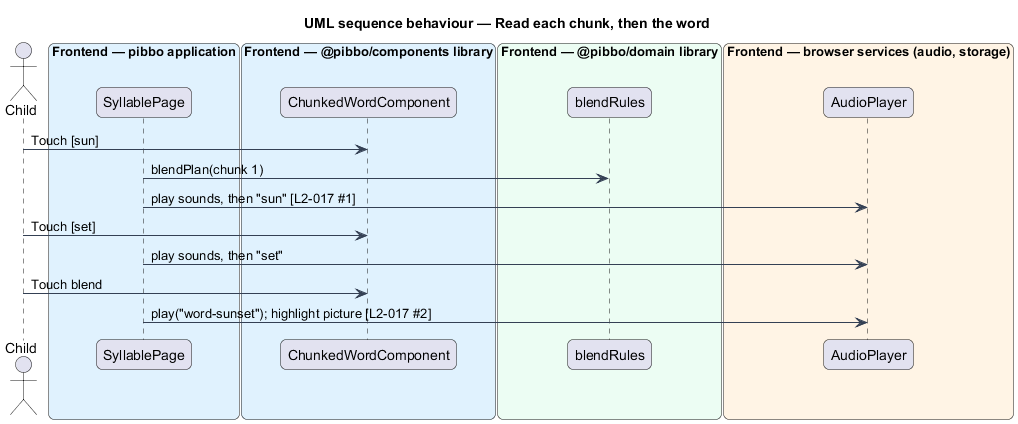
The PlantUML diagram docs/detailed-designs/sound-out/read-by-syllable/diagrams/sequence-read-chunks.png in QuinntyneBrown/pibbo, before a commit. Its diagram source:
```plantuml
@startuml
title UML sequence behaviour — Read each chunk, then the word
skinparam backgroundColor #FFFFFF
skinparam shadowing false
skinparam roundcorner 12
skinparam defaultFontName Arial
skinparam ArrowColor #344054
actor "Child" as actor
box "Frontend — pibbo application" #E0F2FE
  participant "SyllablePage" as page
end box
box "Frontend — @pibbo/components library" #E0F2FE
  participant "ChunkedWordComponent" as view
end box
box "Frontend — @pibbo/domain library" #ECFDF3
  participant "blendRules" as rules
end box
box "Frontend — browser services (audio, storage)" #FFF4E5
  participant "AudioPlayer" as audio
end box
actor -> view : Touch [sun]
page -> rules : blendPlan(chunk 1)
page -> audio : play sounds, then "sun" [L2-017 #1]
actor -> view : Touch [set]
page -> audio : play sounds, then "set"
actor -> view : Touch blend
page -> audio : play("word-sunset"); highlight picture [L2-017 #2]
@enduml
```
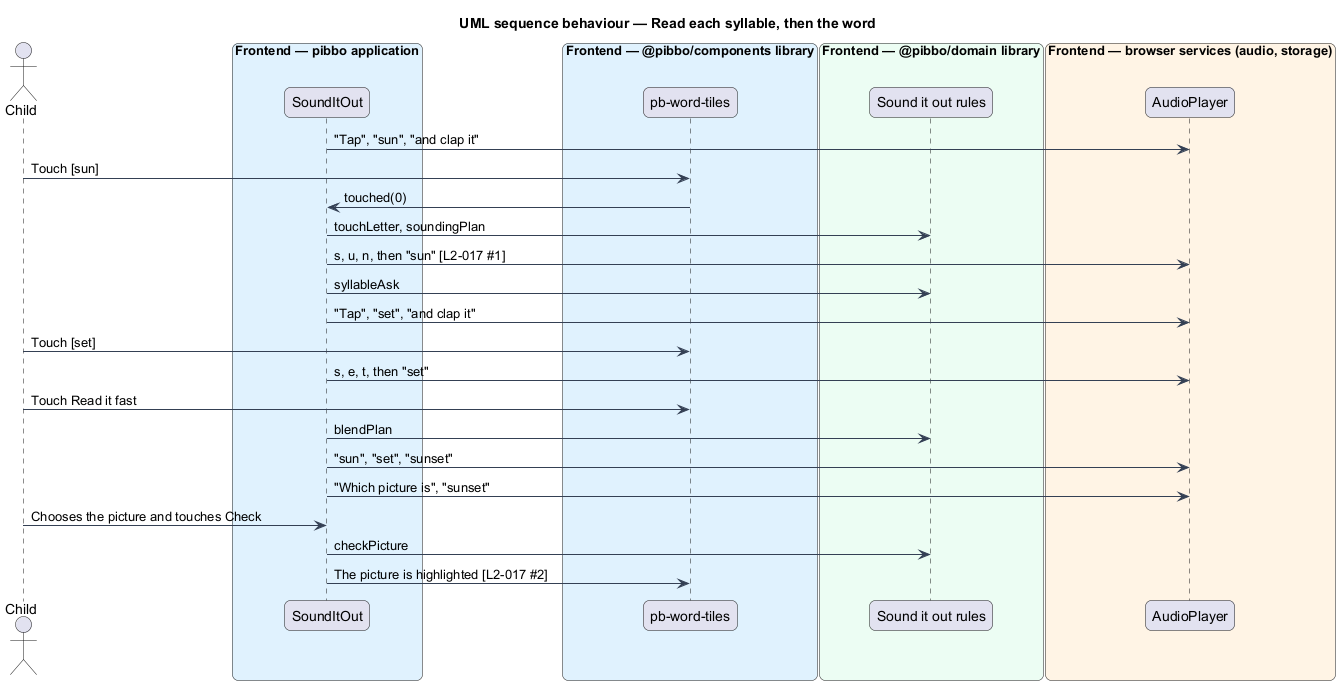
Later version of the same file.

Diff of the diagram source:
```diff
@@ -1,5 +1,5 @@
 @startuml
-title UML sequence behaviour — Read each chunk, then the word
+title UML sequence behaviour — Read each syllable, then the word
 skinparam backgroundColor #FFFFFF
 skinparam shadowing false
 skinparam roundcorner 12
@@ -7,22 +7,31 @@
 skinparam ArrowColor #344054
 actor "Child" as actor
 box "Frontend — pibbo application" #E0F2FE
-  participant "SyllablePage" as page
+  participant "SoundItOut" as page
 end box
 box "Frontend — @pibbo/components library" #E0F2FE
-  participant "ChunkedWordComponent" as view
+  participant "pb-word-tiles" as view
 end box
 box "Frontend — @pibbo/domain library" #ECFDF3
-  participant "blendRules" as rules
+  participant "Sound it out rules" as rules
 end box
 box "Frontend — browser services (audio, storage)" #FFF4E5
   participant "AudioPlayer" as audio
 end box
+page -> audio : "Tap", "sun", "and clap it"
 actor -> view : Touch [sun]
-page -> rules : blendPlan(chunk 1)
-page -> audio : play sounds, then "sun" [L2-017 #1]
+view -> page : touched(0)
+page -> rules : touchLetter, soundingPlan
+page -> audio : s, u, n, then "sun" [L2-017 #1]
+page -> rules : syllableAsk
+page -> audio : "Tap", "set", "and clap it"
 actor -> view : Touch [set]
-page -> audio : play sounds, then "set"
-actor -> view : Touch blend
-page -> audio : play("word-sunset"); highlight picture [L2-017 #2]
+page -> audio : s, e, t, then "set"
+actor -> view : Touch Read it fast
+page -> rules : blendPlan
+page -> audio : "sun", "set", "sunset"
+page -> audio : "Which picture is", "sunset"
+actor -> page : Chooses the picture and touches Check
+page -> rules : checkPicture
+page -> view : The picture is highlighted [L2-017 #2]
 @enduml
```
